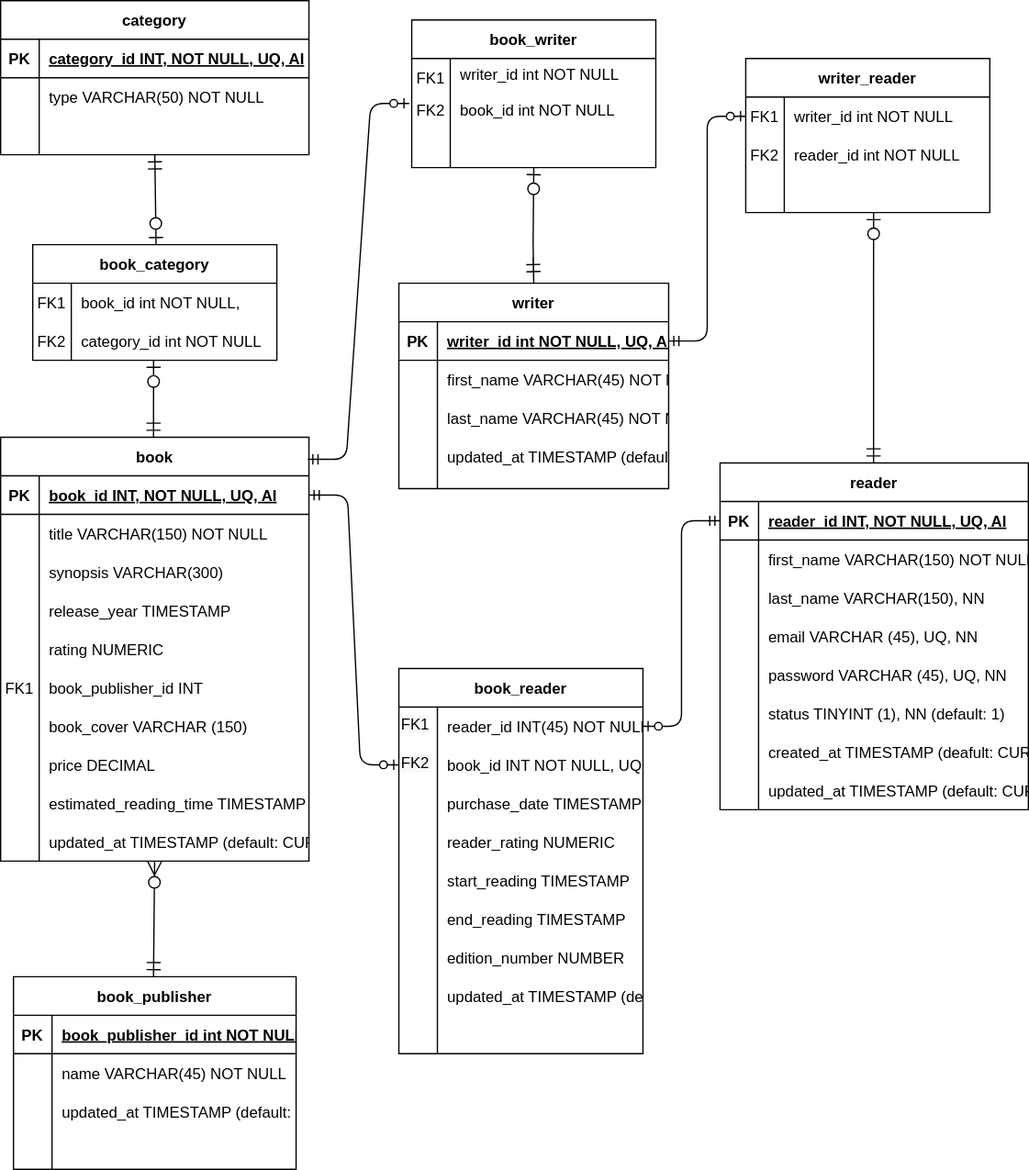
This is Data_Base_Diagram.svg from CristianaCostaPereira/BooketList, a draw.io export, as it was before one commit. Source tidied: cells renumbered, new cells last; positions are measured from the earlier drawing's top-left corner, leaving out a move shared by most shapes.
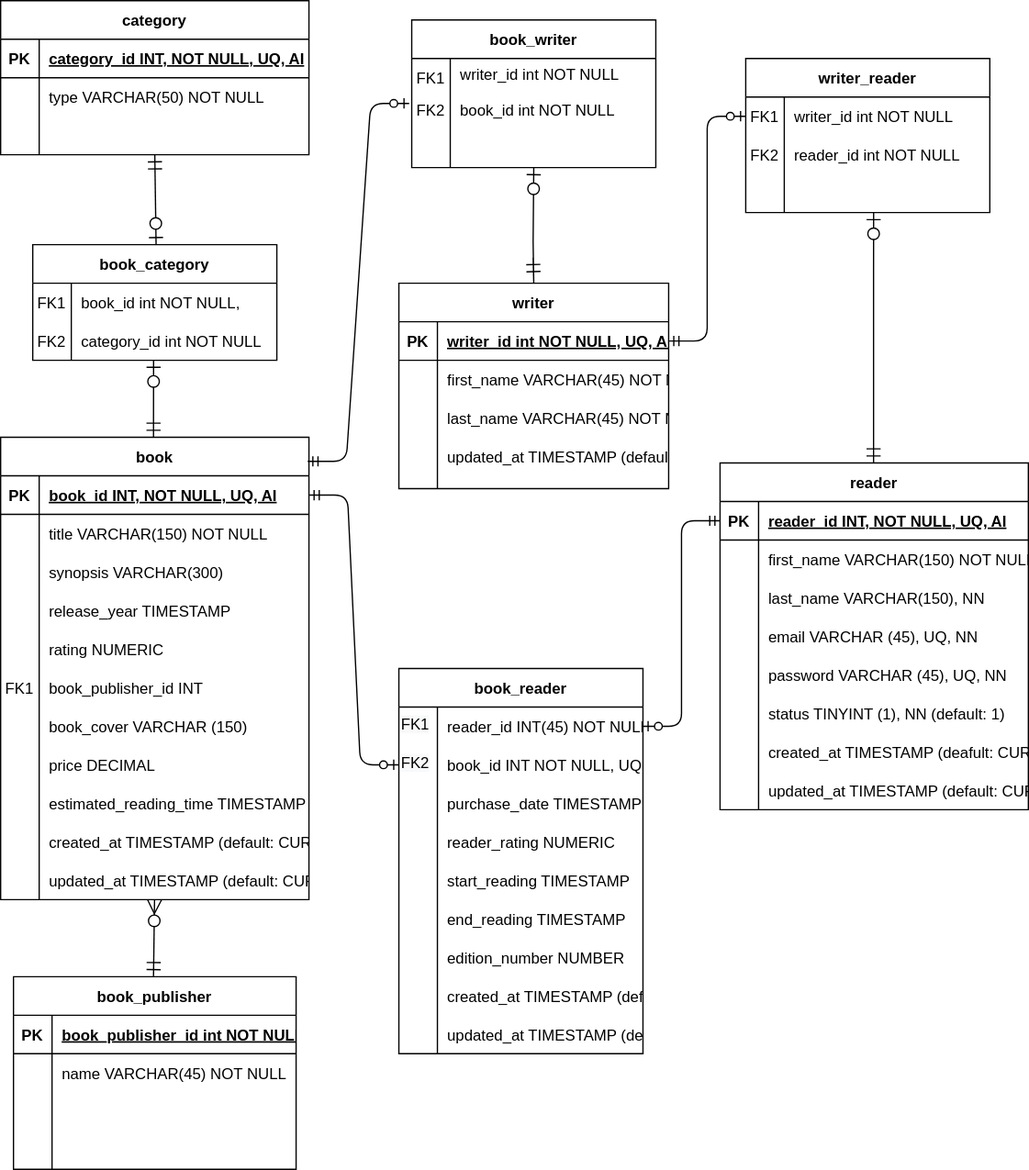
The same file after the commit.

What changed in the source:
```diff
@@ -111,7 +111,7 @@
       </mxGeometry>
     </mxCell>
     <mxCell id="35" value="book" style="shape=table;startSize=30;rowLines=0;fontStyle=1;align=center;" parent="1" vertex="1">
-      <mxGeometry y="340" width="240" height="330" as="geometry" />
+      <mxGeometry y="340" width="240" height="360" as="geometry" />
     </mxCell>
     <mxCell id="36" style="shape=partialRectangle;fillColor=none;points=[[0,0.5],[1,0.5]];portConstraint=eastwest;top=0;left=0;right=0;bottom=1;" parent="35" vertex="1">
       <mxGeometry y="30" width="240" height="30" as="geometry" />
@@ -185,17 +185,26 @@
     <mxCell id="59" value="price DECIMAL" style="shape=partialRectangle;overflow=hidden;fillColor=none;top=0;left=0;bottom=0;right=0;align=left;spacingLeft=6;" parent="57" vertex="1">
       <mxGeometry x="30" width="210" height="30" as="geometry" />
     </mxCell>
+    <mxCell id="166" style="shape=partialRectangle;fillColor=none;top=0;left=0;right=0;bottom=0;" parent="35" vertex="1">
+      <mxGeometry y="270" width="240" height="30" as="geometry" />
+    </mxCell>
+    <mxCell id="167" style="shape=partialRectangle;overflow=hidden;fillColor=none;top=0;left=0;bottom=0;right=0;" parent="166" vertex="1">
+      <mxGeometry width="30" height="30" as="geometry" />
+    </mxCell>
+    <mxCell id="168" value="estimated_reading_time TIMESTAMP " style="shape=partialRectangle;overflow=hidden;fillColor=none;top=0;left=0;bottom=0;right=0;align=left;spacingLeft=6;" parent="166" vertex="1">
+      <mxGeometry x="30" width="210" height="30" as="geometry" />
+    </mxCell>
     <mxCell id="60" style="shape=partialRectangle;fillColor=none;top=0;left=0;right=0;bottom=0;" parent="35" vertex="1">
-      <mxGeometry y="270" width="240" height="30" as="geometry" />
+      <mxGeometry y="300" width="240" height="30" as="geometry" />
     </mxCell>
     <mxCell id="61" style="shape=partialRectangle;overflow=hidden;fillColor=none;top=0;left=0;bottom=0;right=0;" parent="60" vertex="1">
       <mxGeometry width="30" height="30" as="geometry" />
     </mxCell>
-    <mxCell id="62" value="estimated_reading_time TIMESTAMP " style="shape=partialRectangle;overflow=hidden;fillColor=none;top=0;left=0;bottom=0;right=0;align=left;spacingLeft=6;" parent="60" vertex="1">
+    <mxCell id="62" value="created_at TIMESTAMP (default: CURRENT_TIMESTAMP)" style="shape=partialRectangle;overflow=hidden;fillColor=none;top=0;left=0;bottom=0;right=0;align=left;spacingLeft=6;" parent="60" vertex="1">
       <mxGeometry x="30" width="210" height="30" as="geometry" />
     </mxCell>
     <mxCell id="63" style="shape=partialRectangle;fillColor=none;points=[[0,0.5],[1,0.5]];portConstraint=eastwest;top=0;left=0;right=0;bottom=0;" parent="35" vertex="1">
-      <mxGeometry y="300" width="240" height="30" as="geometry" />
+      <mxGeometry y="330" width="240" height="30" as="geometry" />
     </mxCell>
     <mxCell id="64" style="shape=partialRectangle;overflow=hidden;fillColor=none;top=0;left=0;bottom=0;right=0;" parent="63" vertex="1">
       <mxGeometry width="30" height="30" as="geometry" />
@@ -332,7 +341,7 @@
     <mxCell id="105" value="&#10;&#10;&lt;span style=&quot;color: rgb(0, 0, 0); font-family: helvetica; font-size: 12px; font-style: normal; font-weight: 400; letter-spacing: normal; text-align: left; text-indent: 0px; text-transform: none; word-spacing: 0px; background-color: rgb(248, 249, 250); display: inline; float: none;&quot;&gt;category_id int NOT NULL&lt;/span&gt;&#10;&#10;" style="shape=partialRectangle;overflow=hidden;fillColor=none;top=0;left=0;bottom=0;right=0;" parent="104" vertex="1">
       <mxGeometry width="30" height="30" as="geometry" />
     </mxCell>
-    <mxCell id="106" value="updated_at TIMESTAMP (default: CURRENT_TIMESTAMP ON UPDATE CURRENT_TIMESTAMP)" style="shape=partialRectangle;overflow=hidden;fillColor=none;top=0;left=0;bottom=0;right=0;align=left;spacingLeft=6;" parent="104" vertex="1">
+    <mxCell id="106" value="created_at TIMESTAMP (default: CURRENT_TIMESTAMP)" style="shape=partialRectangle;overflow=hidden;fillColor=none;top=0;left=0;bottom=0;right=0;align=left;spacingLeft=6;" parent="104" vertex="1">
       <mxGeometry x="30" width="160" height="30" as="geometry" />
     </mxCell>
     <mxCell id="107" style="shape=partialRectangle;fillColor=none;top=0;left=0;right=0;bottom=0;" parent="82" vertex="1">
@@ -341,7 +350,7 @@
     <mxCell id="108" style="shape=partialRectangle;overflow=hidden;fillColor=none;top=0;left=0;bottom=0;right=0;" parent="107" vertex="1">
       <mxGeometry width="30" height="30" as="geometry" />
     </mxCell>
-    <mxCell id="109" style="shape=partialRectangle;overflow=hidden;fillColor=none;top=0;left=0;bottom=0;right=0;align=left;spacingLeft=6;" parent="107" vertex="1">
+    <mxCell id="109" value="updated_at TIMESTAMP (default: CURRENT_TIMESTAMP ON UPDATE CURRENT_TIMESTAMP)" style="shape=partialRectangle;overflow=hidden;fillColor=none;top=0;left=0;bottom=0;right=0;align=left;spacingLeft=6;" parent="107" vertex="1">
       <mxGeometry x="30" width="160" height="30" as="geometry" />
     </mxCell>
     <mxCell id="110" value="writer_reader" style="shape=table;startSize=30;rowLines=0;fontStyle=1;align=center;" parent="1" vertex="1">
@@ -493,7 +502,7 @@
     <mxCell id="157" style="shape=partialRectangle;overflow=hidden;fillColor=none;top=0;left=0;bottom=0;right=0;" parent="156" vertex="1">
       <mxGeometry width="30" height="30" as="geometry" />
     </mxCell>
-    <mxCell id="158" value="updated_at TIMESTAMP (default: CURRENT_TIMESTAMP ON UPDATE CURRENT_TIMESTAMP)" style="shape=partialRectangle;overflow=hidden;fillColor=none;top=0;left=0;bottom=0;right=0;align=left;spacingLeft=6;" parent="156" vertex="1">
+    <mxCell id="158" style="shape=partialRectangle;overflow=hidden;fillColor=none;top=0;left=0;bottom=0;right=0;align=left;spacingLeft=6;" parent="156" vertex="1">
       <mxGeometry x="30" width="190" height="30" as="geometry" />
     </mxCell>
     <mxCell id="159" style="shape=partialRectangle;fillColor=none;top=0;left=0;right=0;bottom=0;" parent="149" vertex="1">
```
